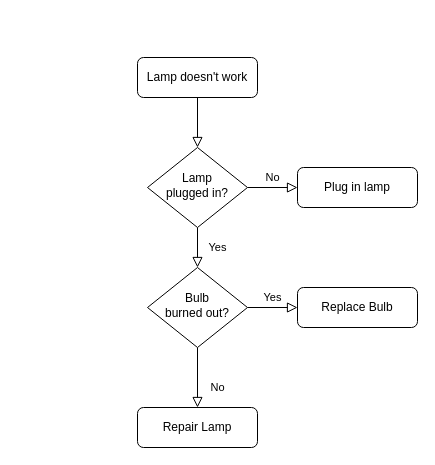
Dipenduroy/diagrams.net keeps this draw.io diagram as Untitled Diagram.drawio. Above is the earlier version. Source tidied: cells renumbered, new cells numbered last; positions are measured from the earlier drawing's top-left corner, leaving out a move shared by most shapes. Both pictures are drawn from the tidied source at 100%, with x=0, y=0 at pixel (137, 57).
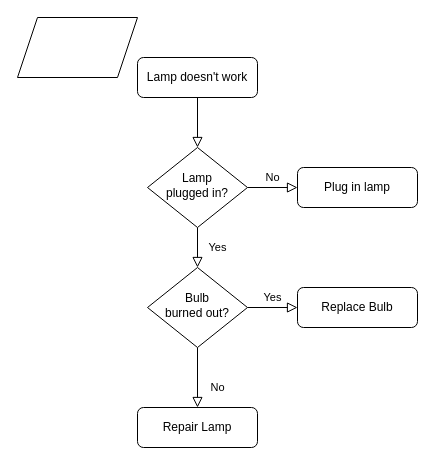
After the change.

Diff of the diagram source:
```diff
@@
 <mxGraphModel>
   <root>
     <mxCell id="0" />
     <mxCell id="1" parent="0" />
     <mxCell id="2" style="rounded=0;html=1;jettySize=auto;fontSize=11;endArrow=block;endFill=0;endSize=8;strokeWidth=1;shadow=0;labelBackgroundColor=none;edgeStyle=orthogonalEdgeStyle;" parent="1" edge="1" source="3" target="6">
       <mxGeometry relative="1" as="geometry" />
     </mxCell>
     <mxCell id="3" value="Lamp doesn't work" style="rounded=1;whiteSpace=wrap;html=1;fontSize=12;glass=0;strokeWidth=1;shadow=0;" parent="1" vertex="1">
       <mxGeometry width="120" height="40" as="geometry" />
     </mxCell>
     <mxCell id="4" value="Yes" style="rounded=0;html=1;jettySize=auto;fontSize=11;endArrow=block;endFill=0;endSize=8;strokeWidth=1;shadow=0;labelBackgroundColor=none;edgeStyle=orthogonalEdgeStyle;" parent="1" edge="1" source="6" target="10">
       <mxGeometry y="20" relative="1" as="geometry" />
     </mxCell>
     <mxCell id="5" value="No" style="edgeStyle=orthogonalEdgeStyle;rounded=0;html=1;jettySize=auto;fontSize=11;endArrow=block;endFill=0;endSize=8;strokeWidth=1;shadow=0;labelBackgroundColor=none;" parent="1" edge="1" source="6" target="7">
       <mxGeometry y="10" relative="1" as="geometry" />
     </mxCell>
     <mxCell id="6" value="Lamp&lt;br&gt;plugged in?" style="rhombus;whiteSpace=wrap;html=1;shadow=0;fontFamily=Helvetica;fontSize=12;align=center;strokeWidth=1;spacing=6;spacingTop=-4;" parent="1" vertex="1">
       <mxGeometry x="10" y="90" width="100" height="80" as="geometry" />
     </mxCell>
     <mxCell id="7" value="Plug in lamp" style="rounded=1;whiteSpace=wrap;html=1;fontSize=12;glass=0;strokeWidth=1;shadow=0;" parent="1" vertex="1">
       <mxGeometry x="160" y="110" width="120" height="40" as="geometry" />
     </mxCell>
     <mxCell id="8" value="No" style="rounded=0;html=1;jettySize=auto;fontSize=11;endArrow=block;endFill=0;endSize=8;strokeWidth=1;shadow=0;labelBackgroundColor=none;edgeStyle=orthogonalEdgeStyle;" parent="1" edge="1" source="10" target="11">
       <mxGeometry x="0.33" y="20" relative="1" as="geometry" />
     </mxCell>
     <mxCell id="9" value="Yes" style="edgeStyle=orthogonalEdgeStyle;rounded=0;html=1;jettySize=auto;fontSize=11;endArrow=block;endFill=0;endSize=8;strokeWidth=1;shadow=0;labelBackgroundColor=none;" parent="1" edge="1" source="10" target="12">
       <mxGeometry y="10" relative="1" as="geometry" />
     </mxCell>
     <mxCell id="10" value="Bulb&lt;br&gt;burned out?" style="rhombus;whiteSpace=wrap;html=1;shadow=0;fontFamily=Helvetica;fontSize=12;align=center;strokeWidth=1;spacing=6;spacingTop=-4;" parent="1" vertex="1">
       <mxGeometry x="10" y="210" width="100" height="80" as="geometry" />
     </mxCell>
     <mxCell id="11" value="Repair Lamp" style="rounded=1;whiteSpace=wrap;html=1;fontSize=12;glass=0;strokeWidth=1;shadow=0;" parent="1" vertex="1">
       <mxGeometry y="350" width="120" height="40" as="geometry" />
     </mxCell>
     <mxCell id="12" value="Replace Bulb" style="rounded=1;whiteSpace=wrap;html=1;fontSize=12;glass=0;strokeWidth=1;shadow=0;" parent="1" vertex="1">
       <mxGeometry x="160" y="230" width="120" height="40" as="geometry" />
     </mxCell>
+    <mxCell id="13" style="shape=parallelogram;perimeter=parallelogramPerimeter;whiteSpace=wrap;html=1;fixedSize=1;" parent="1" vertex="1">
+      <mxGeometry x="-120" y="-40" width="120" height="60" as="geometry" />
+    </mxCell>
   </root>
 </mxGraphModel>
```
